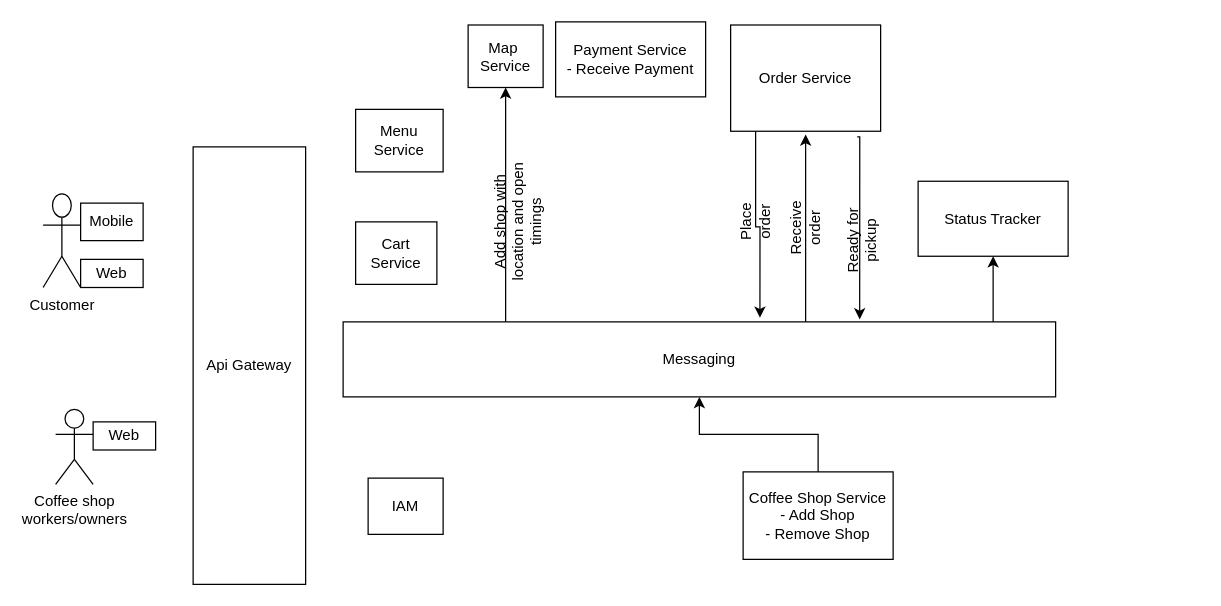
Earlier version of the draw.io diagram Untitled Diagram.drawio (dinesh-i/uber-coffee-shops). Source tidied: cells renumbered, new cells numbered last; positions are measured from the earlier drawing's top-left corner, leaving out a move shared by most shapes. Both pictures are drawn from the tidied source at 125%, with x=0, y=0 at pixel (42, 21).
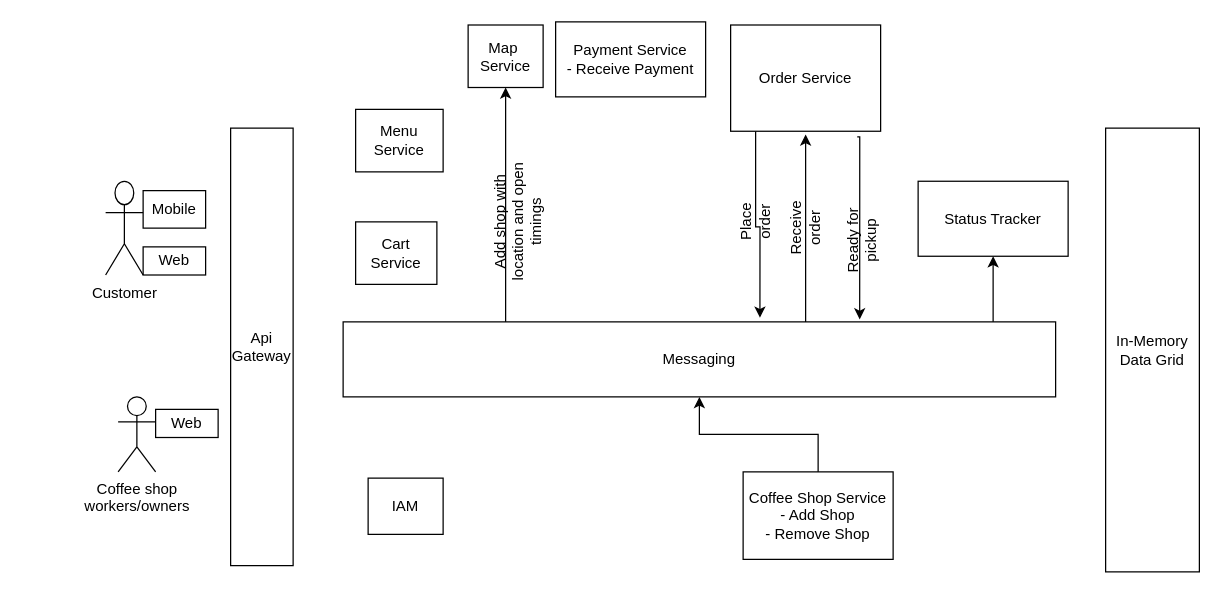
The same page after the edit.

What changed in the source:
```diff
@@
     <mxCell id="2" value="Mobile" style="rounded=0;whiteSpace=wrap;html=1;" parent="1" vertex="1">
-      <mxGeometry x="30" y="145" width="50" height="30" as="geometry" />
+      <mxGeometry x="80" y="135" width="50" height="30" as="geometry" />
     </mxCell>
     <mxCell id="3" value="Web" style="rounded=0;whiteSpace=wrap;html=1;" parent="1" vertex="1">
-      <mxGeometry x="30" y="190" width="50" height="22.5" as="geometry" />
+      <mxGeometry x="80" y="180" width="50" height="22.5" as="geometry" />
     </mxCell>
     <mxCell id="4" value="Api Gateway" style="rounded=0;whiteSpace=wrap;html=1;" parent="1" vertex="1">
-      <mxGeometry x="120" y="100" width="90" height="350" as="geometry" />
+      <mxGeometry x="150" y="85" width="50" height="350" as="geometry" />
     </mxCell>
@@
     <mxCell id="14" value="Customer" style="shape=umlActor;verticalLabelPosition=bottom;verticalAlign=top;html=1;" parent="1" vertex="1">
-      <mxGeometry y="137.5" width="30" height="75" as="geometry" />
+      <mxGeometry x="50" y="127.5" width="30" height="75" as="geometry" />
     </mxCell>
     <mxCell id="15" value="Coffee shop &lt;br&gt;workers/owners" style="shape=umlActor;verticalLabelPosition=bottom;verticalAlign=top;html=1;" parent="1" vertex="1">
-      <mxGeometry x="10" y="310" width="30" height="60" as="geometry" />
+      <mxGeometry x="60" y="300" width="30" height="60" as="geometry" />
     </mxCell>
     <mxCell id="16" value="Web" style="rounded=0;whiteSpace=wrap;html=1;" parent="1" vertex="1">
-      <mxGeometry x="40" y="320" width="50" height="22.5" as="geometry" />
+      <mxGeometry x="90" y="310" width="50" height="22.5" as="geometry" />
     </mxCell>
@@
+    <mxCell id="28" value="In-Memory Data Grid" style="rounded=0;whiteSpace=wrap;html=1;" parent="1" vertex="1">
+      <mxGeometry x="850" y="85" width="75" height="355" as="geometry" />
+    </mxCell>
```
